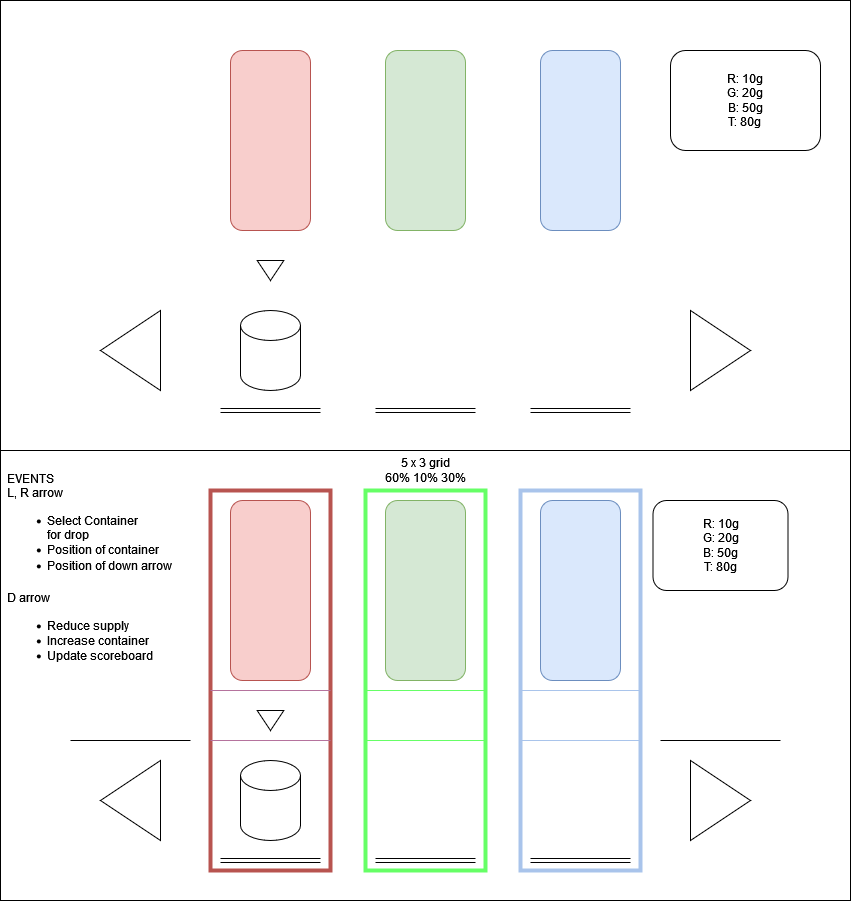
Earlier version of the draw.io export assets/CerealBar-Component-Tree.png (austinpapritz/thecerealbar). Source tidied: cells renumbered, new cells last; positions are measured from the earlier drawing's top-left corner, leaving out a move shared by most shapes.
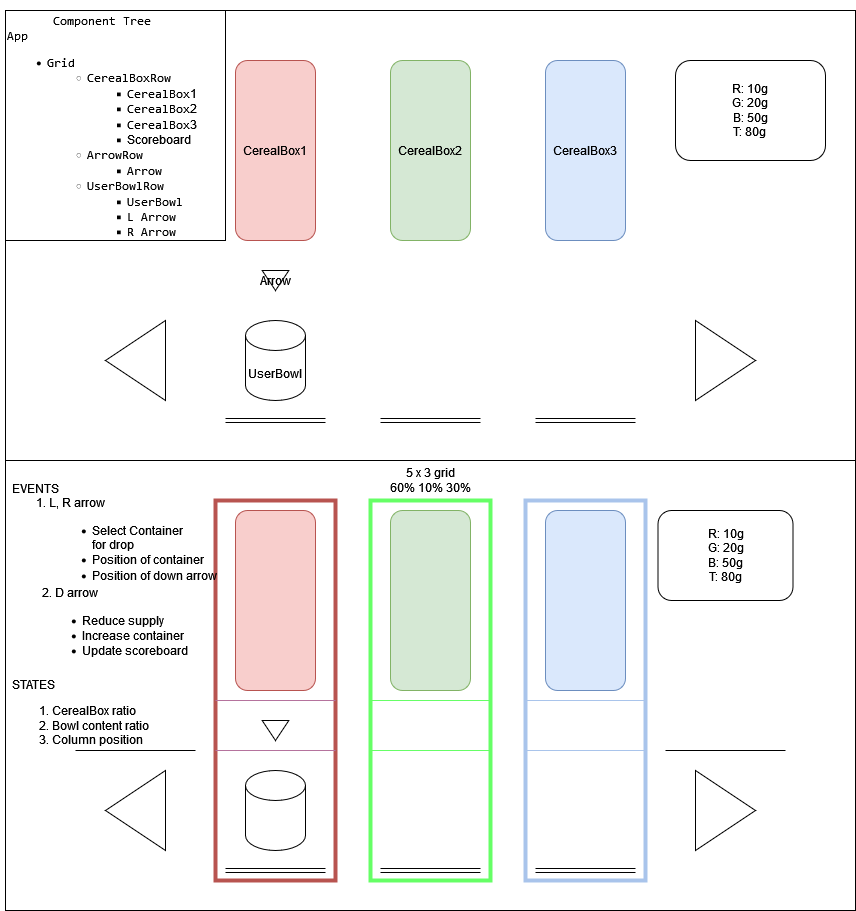
The same diagram one commit later.

Commit message:
added states for amount of cereal in bowl and in cereal box

Change to the diagram source:
```diff
@@ -8,19 +8,19 @@
     <mxCell id="3" style="rounded=0;whiteSpace=wrap;html=1;fillColor=none;strokeColor=#b85450;strokeWidth=4;" parent="1" vertex="1">
       <mxGeometry x="210" y="490" width="120" height="380" as="geometry" />
     </mxCell>
-    <mxCell id="4" style="rounded=0;whiteSpace=wrap;html=1;" parent="1" vertex="1">
+    <mxCell id="4" value="t" style="rounded=0;whiteSpace=wrap;html=1;" parent="1" vertex="1">
       <mxGeometry width="850" height="450" as="geometry" />
     </mxCell>
-    <mxCell id="5" style="rounded=1;whiteSpace=wrap;html=1;fillColor=#f8cecc;strokeColor=#b85450;" parent="1" vertex="1">
+    <mxCell id="5" value="CerealBox1" style="rounded=1;whiteSpace=wrap;html=1;fillColor=#f8cecc;strokeColor=#b85450;" parent="1" vertex="1">
       <mxGeometry x="230" y="50" width="80" height="180" as="geometry" />
     </mxCell>
-    <mxCell id="6" style="rounded=1;whiteSpace=wrap;html=1;fillColor=#d5e8d4;strokeColor=#82b366;" parent="1" vertex="1">
+    <mxCell id="6" value="CerealBox2" style="rounded=1;whiteSpace=wrap;html=1;fillColor=#d5e8d4;strokeColor=#82b366;" parent="1" vertex="1">
       <mxGeometry x="385" y="50" width="80" height="180" as="geometry" />
     </mxCell>
-    <mxCell id="7" style="rounded=1;whiteSpace=wrap;html=1;fillColor=#dae8fc;strokeColor=#6c8ebf;" parent="1" vertex="1">
+    <mxCell id="7" value="CerealBox3" style="rounded=1;whiteSpace=wrap;html=1;fillColor=#dae8fc;strokeColor=#6c8ebf;" parent="1" vertex="1">
       <mxGeometry x="540" y="50" width="80" height="180" as="geometry" />
     </mxCell>
-    <mxCell id="8" style="shape=cylinder3;whiteSpace=wrap;html=1;boundedLbl=1;backgroundOutline=1;size=15;" parent="1" vertex="1">
+    <mxCell id="8" value="UserBowl" style="shape=cylinder3;whiteSpace=wrap;html=1;boundedLbl=1;backgroundOutline=1;size=15;" parent="1" vertex="1">
       <mxGeometry x="240" y="310" width="60" height="80" as="geometry" />
     </mxCell>
     <mxCell id="9" style="triangle;whiteSpace=wrap;html=1;direction=west;" parent="1" vertex="1">
@@ -29,7 +29,7 @@
     <mxCell id="10" style="triangle;whiteSpace=wrap;html=1;" parent="1" vertex="1">
       <mxGeometry x="690" y="310" width="60" height="80" as="geometry" />
     </mxCell>
-    <mxCell id="11" style="triangle;whiteSpace=wrap;html=1;direction=south;" parent="1" vertex="1">
+    <mxCell id="11" value="Arrow" style="triangle;whiteSpace=wrap;html=1;direction=south;" parent="1" vertex="1">
       <mxGeometry x="256.7" y="260" width="26.7" height="20" as="geometry" />
     </mxCell>
     <mxCell id="12" style="shape=link;html=1;rounded=0;" parent="1" edge="1">
@@ -152,11 +152,17 @@
     <mxCell id="37" value="&lt;div&gt;5 x 3 grid&lt;/div&gt;&lt;div&gt;60% 10% 30%&lt;br&gt;&lt;/div&gt;" style="text;html=1;align=center;verticalAlign=middle;strokeColor=none;fillColor=none;" parent="1" vertex="1">
       <mxGeometry x="375" y="450" width="100" height="40" as="geometry" />
     </mxCell>
-    <mxCell id="38" value="EVENTS&lt;div align=&quot;left&quot;&gt;L, R arrow&lt;/div&gt;&lt;div align=&quot;left&quot;&gt;&lt;ul&gt;&lt;li&gt;Select Container&amp;nbsp;&lt;div&gt;for drop&lt;/div&gt;&lt;/li&gt;&lt;li&gt;Position of container&lt;/li&gt;&lt;li&gt;Position of down arrow&lt;/li&gt;&lt;/ul&gt;&lt;/div&gt;&lt;div align=&quot;left&quot;&gt;&lt;br&gt;&lt;/div&gt;" style="text;html=1;align=left;verticalAlign=middle;strokeColor=none;fillColor=none;" parent="1" vertex="1">
-      <mxGeometry x="5" y="465" width="180" height="140" as="geometry" />
+    <mxCell id="38" value="&lt;div&gt;EVENTS&lt;/div&gt;&lt;div&gt;&lt;span style=&quot;white-space: pre;&quot;&gt;&#9;&lt;/span&gt;1. L, R arrow&lt;/div&gt;&lt;blockquote&gt;&lt;div align=&quot;left&quot;&gt;&lt;ul&gt;&lt;li&gt;Select Container&amp;nbsp;&lt;div&gt;for drop&lt;/div&gt;&lt;/li&gt;&lt;li&gt;Position of container&lt;/li&gt;&lt;li&gt;Position of down arrow&lt;/li&gt;&lt;/ul&gt;&lt;/div&gt;&lt;/blockquote&gt;&lt;div align=&quot;left&quot;&gt;&lt;br&gt;&lt;/div&gt;" style="text;html=1;align=left;verticalAlign=middle;strokeColor=none;fillColor=none;" parent="1" vertex="1">
+      <mxGeometry x="5" y="465" width="260" height="140" as="geometry" />
     </mxCell>
-    <mxCell id="39" value="D arrow&lt;div align=&quot;left&quot;&gt;&lt;ul&gt;&lt;li&gt;Reduce supply&lt;br&gt;&lt;/li&gt;&lt;li&gt;Increase container&lt;br&gt;&lt;/li&gt;&lt;li&gt;Update scoreboard&lt;br&gt;&lt;/li&gt;&lt;/ul&gt;&lt;/div&gt;&lt;div align=&quot;left&quot;&gt;&lt;br&gt;&lt;/div&gt;" style="text;html=1;align=left;verticalAlign=middle;strokeColor=none;fillColor=none;" parent="1" vertex="1">
-      <mxGeometry x="5" y="585" width="160" height="110" as="geometry" />
+    <mxCell id="39" value="&lt;blockquote&gt;2. D arrow&lt;div align=&quot;left&quot;&gt;&lt;ul&gt;&lt;li&gt;Reduce supply&lt;br&gt;&lt;/li&gt;&lt;li&gt;Increase container&lt;br&gt;&lt;/li&gt;&lt;li&gt;Update scoreboard&lt;br&gt;&lt;/li&gt;&lt;/ul&gt;&lt;/div&gt;&lt;div align=&quot;left&quot;&gt;&lt;br&gt;&lt;/div&gt;&lt;/blockquote&gt;" style="text;html=1;align=left;verticalAlign=middle;strokeColor=none;fillColor=none;" parent="1" vertex="1">
+      <mxGeometry x="-5" y="560" width="240" height="130" as="geometry" />
     </mxCell>
+    <mxCell id="40" value="STATES&lt;br&gt;&lt;div align=&quot;left&quot;&gt;&lt;ol&gt;&lt;li&gt;CerealBox ratio&lt;br&gt;&lt;/li&gt;&lt;li&gt;Bowl content ratio&lt;/li&gt;&lt;li&gt;Column position&lt;br&gt;&lt;/li&gt;&lt;/ol&gt;&lt;/div&gt;&lt;div align=&quot;left&quot;&gt;&lt;br&gt;&lt;/div&gt;" style="text;html=1;align=left;verticalAlign=middle;strokeColor=none;fillColor=none;" parent="1" vertex="1">
+      <mxGeometry x="5" y="660" width="160" height="110" as="geometry" />
+    </mxCell>
+    <mxCell id="41" value="&lt;div align=&quot;center&quot;&gt;&lt;br&gt;&lt;/div&gt;&lt;div align=&quot;center&quot;&gt;&lt;code&gt;Component Tree&lt;br&gt;&lt;/code&gt;&lt;/div&gt;&lt;div&gt;&lt;code&gt;App&lt;/code&gt;&lt;/div&gt;&lt;ul&gt;&lt;li&gt;&lt;code&gt;Grid&lt;/code&gt;&lt;ul&gt;&lt;li&gt;&lt;code&gt;CerealBoxRow&lt;/code&gt;&lt;ul&gt;&lt;li&gt;&lt;code&gt;CerealBox&lt;/code&gt;1&lt;br&gt;&lt;/li&gt;&lt;li&gt;&lt;code&gt;CerealBox&lt;/code&gt;2&lt;br&gt;&lt;/li&gt;&lt;li&gt;&lt;code&gt;CerealBox&lt;/code&gt;3&lt;/li&gt;&lt;li&gt;Scoreboard&lt;br&gt;&lt;/li&gt;&lt;/ul&gt;&lt;/li&gt;&lt;li&gt;&lt;code&gt;ArrowRow&lt;/code&gt;&lt;ul&gt;&lt;li&gt;&lt;code&gt;Arrow&lt;/code&gt;&lt;/li&gt;&lt;/ul&gt;&lt;/li&gt;&lt;li&gt;&lt;code&gt;UserBowlRow&lt;/code&gt;&lt;ul&gt;&lt;li&gt;&lt;code&gt;UserBowl&lt;/code&gt;&lt;/li&gt;&lt;li&gt;&lt;code&gt;L Arrow&lt;/code&gt;&lt;/li&gt;&lt;li&gt;&lt;code&gt;R Arrow&lt;/code&gt;&lt;br&gt;&lt;/li&gt;&lt;/ul&gt;&lt;/li&gt;&lt;/ul&gt;&lt;/li&gt;&lt;/ul&gt;" style="rounded=0;whiteSpace=wrap;html=1;align=left;" parent="1" vertex="1">
+      <mxGeometry width="220" height="230" as="geometry" />
+    </mxCell>
   </root>
 </mxGraphModel>
```
